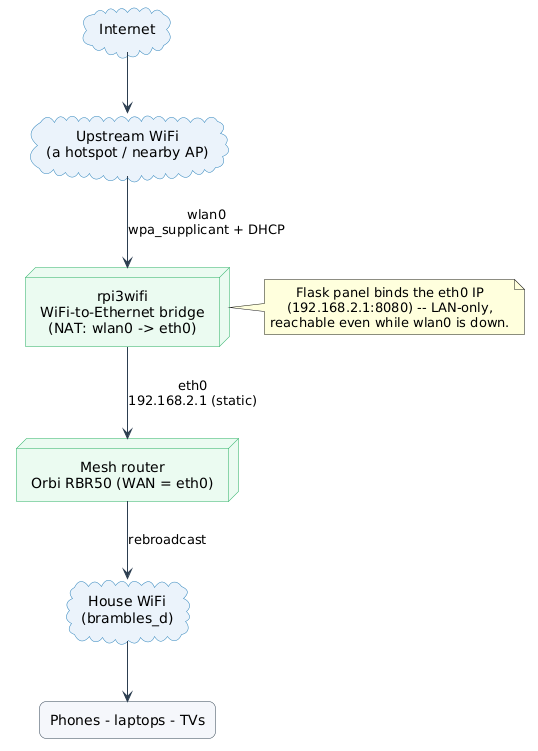
calapor/networkswitcher keeps this PlantUML diagram as docs/diagrams/bridge-topology.png. Above is the earlier version.
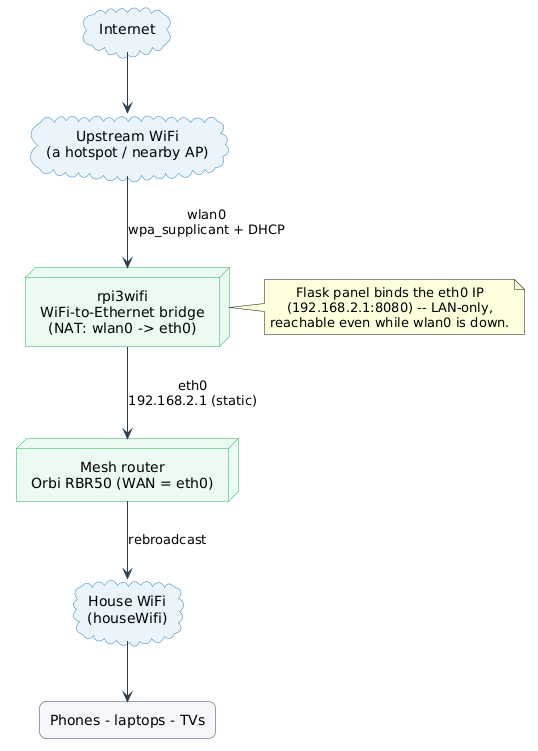
Above is the later version.

Commit message:
Rename house SSID to generic houseWifi in diagrams

What changed in the source:
```diff
@@ -20,7 +20,7 @@
 cloud "Upstream WiFi\n(a hotspot / nearby AP)" as up
 node "rpi3wifi\nWiFi-to-Ethernet bridge\n(NAT: wlan0 -> eth0)" as pi
 node "Mesh router\nOrbi RBR50 (WAN = eth0)" as orbi
-cloud "House WiFi\n(brambles_d)" as house
+cloud "House WiFi\n(houseWifi)" as house
 rectangle "Phones - laptops - TVs" as devices
 
 inet --> up
```
